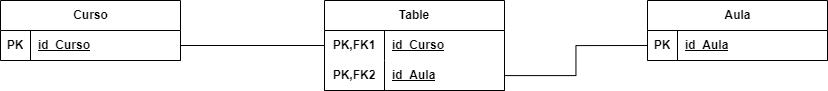
RafaelMayor/proyectoBBDD keeps this draw.io diagram as modelo-relacional/modelo-relacional.drawio.png. Above is the earlier version. Source tidied: cells renumbered, new cells last; positions are measured from the earlier drawing's top-left corner, leaving out a move shared by most shapes. The source it was exported from:
```xml
<mxGraphModel>
  <root>
    <mxCell id="0" />
    <mxCell id="1" parent="0" />
    <mxCell id="2" value="Table" style="shape=table;startSize=30;rowLines=0;fontStyle=1;align=center;html=1;whiteSpace=wrap;" parent="1" vertex="1">
      <mxGeometry x="324" width="180" height="90" as="geometry" />
    </mxCell>
    <mxCell id="3" style="shape=tableRow;horizontal=0;startSize=0;swimlaneHead=0;swimlaneBody=0;fillColor=none;points=[[0,0.5],[1,0.5]];portConstraint=eastwest;top=0;left=0;right=0;bottom=0;html=1;" parent="2" vertex="1">
      <mxGeometry y="30" width="180" height="30" as="geometry" />
    </mxCell>
    <mxCell id="4" value="PK,FK1" style="shape=partialRectangle;fillColor=none;top=0;left=0;bottom=0;right=0;fontStyle=1;overflow=hidden;html=1;whiteSpace=wrap;" parent="3" vertex="1">
      <mxGeometry width="60" height="30" as="geometry" />
    </mxCell>
    <mxCell id="5" value="id_Curso" style="shape=partialRectangle;fillColor=none;top=0;left=0;bottom=0;right=0;align=left;spacingLeft=6;fontStyle=5;overflow=hidden;html=1;whiteSpace=wrap;" parent="3" vertex="1">
      <mxGeometry x="60" width="120" height="30" as="geometry" />
    </mxCell>
    <mxCell id="6" style="shape=tableRow;horizontal=0;startSize=0;swimlaneHead=0;swimlaneBody=0;fillColor=none;points=[[0,0.5],[1,0.5]];portConstraint=eastwest;top=0;left=0;right=0;bottom=1;html=1;" parent="2" vertex="1">
      <mxGeometry y="60" width="180" height="30" as="geometry" />
    </mxCell>
    <mxCell id="7" value="PK,FK2" style="shape=partialRectangle;fillColor=none;top=0;left=0;bottom=0;right=0;fontStyle=1;overflow=hidden;html=1;whiteSpace=wrap;" parent="6" vertex="1">
      <mxGeometry width="60" height="30" as="geometry" />
    </mxCell>
    <mxCell id="8" value="id_Aula" style="shape=partialRectangle;fillColor=none;top=0;left=0;bottom=0;right=0;align=left;spacingLeft=6;fontStyle=5;overflow=hidden;html=1;whiteSpace=wrap;" parent="6" vertex="1">
      <mxGeometry x="60" width="120" height="30" as="geometry" />
    </mxCell>
    <mxCell id="9" value="Aula" style="shape=table;startSize=30;rowLines=0;fontStyle=1;align=center;html=1;" parent="1" vertex="1">
      <mxGeometry x="647" width="180" height="60" as="geometry" />
    </mxCell>
    <mxCell id="10" style="shape=tableRow;horizontal=0;startSize=0;swimlaneHead=0;swimlaneBody=0;fillColor=none;points=[[0,0.5],[1,0.5]];portConstraint=eastwest;top=0;left=0;right=0;bottom=1;" parent="9" vertex="1">
      <mxGeometry y="30" width="180" height="30" as="geometry" />
    </mxCell>
    <mxCell id="11" value="PK" style="shape=partialRectangle;fillColor=none;top=0;left=0;bottom=0;right=0;fontStyle=1;overflow=hidden;whiteSpace=wrap;html=1;" parent="10" vertex="1">
      <mxGeometry width="30" height="30" as="geometry" />
    </mxCell>
    <mxCell id="12" value="id_Aula" style="shape=partialRectangle;fillColor=none;top=0;left=0;bottom=0;right=0;align=left;spacingLeft=6;fontStyle=5;overflow=hidden;whiteSpace=wrap;html=1;" parent="10" vertex="1">
      <mxGeometry x="30" width="150" height="30" as="geometry" />
    </mxCell>
    <mxCell id="13" value="Curso" style="shape=table;startSize=30;rowLines=0;fontStyle=1;align=center;html=1;" parent="1" vertex="1">
      <mxGeometry width="180" height="60" as="geometry" />
    </mxCell>
    <mxCell id="14" style="shape=tableRow;horizontal=0;startSize=0;swimlaneHead=0;swimlaneBody=0;fillColor=none;points=[[0,0.5],[1,0.5]];portConstraint=eastwest;top=0;left=0;right=0;bottom=1;" parent="13" vertex="1">
      <mxGeometry y="30" width="180" height="30" as="geometry" />
    </mxCell>
    <mxCell id="15" value="PK" style="shape=partialRectangle;fillColor=none;top=0;left=0;bottom=0;right=0;fontStyle=1;overflow=hidden;whiteSpace=wrap;html=1;" parent="14" vertex="1">
      <mxGeometry width="30" height="30" as="geometry" />
    </mxCell>
    <mxCell id="16" value="id_Curso" style="shape=partialRectangle;fillColor=none;top=0;left=0;bottom=0;right=0;align=left;spacingLeft=6;fontStyle=5;overflow=hidden;whiteSpace=wrap;html=1;" parent="14" vertex="1">
      <mxGeometry x="30" width="150" height="30" as="geometry" />
    </mxCell>
    <mxCell id="17" style="edgeStyle=orthogonalEdgeStyle;rounded=0;jettySize=auto;html=1;entryX=0;entryY=0.5;entryDx=0;entryDy=0;endArrow=none;endFill=0;" parent="1" edge="1" source="14" target="3">
      <mxGeometry relative="1" as="geometry" />
    </mxCell>
    <mxCell id="18" style="edgeStyle=orthogonalEdgeStyle;rounded=0;jettySize=auto;html=1;entryX=0;entryY=0.5;entryDx=0;entryDy=0;endArrow=none;endFill=0;" parent="1" edge="1" source="6" target="10">
      <mxGeometry relative="1" as="geometry" />
    </mxCell>
  </root>
</mxGraphModel>
```
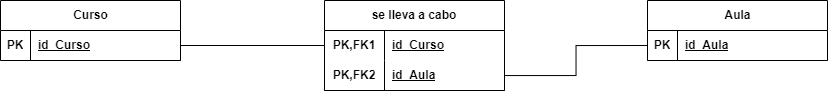
After the change.

Diff of the diagram source:
```diff
@@ -2,7 +2,7 @@
   <root>
     <mxCell id="0" />
     <mxCell id="1" parent="0" />
-    <mxCell id="2" value="Table" style="shape=table;startSize=30;rowLines=0;fontStyle=1;align=center;html=1;whiteSpace=wrap;" parent="1" vertex="1">
+    <mxCell id="2" value="se lleva a cabo" style="shape=table;startSize=30;rowLines=0;fontStyle=1;align=center;html=1;whiteSpace=wrap;" parent="1" vertex="1">
       <mxGeometry x="324" width="180" height="90" as="geometry" />
     </mxCell>
     <mxCell id="3" style="shape=tableRow;horizontal=0;startSize=0;swimlaneHead=0;swimlaneBody=0;fillColor=none;points=[[0,0.5],[1,0.5]];portConstraint=eastwest;top=0;left=0;right=0;bottom=0;html=1;" parent="2" vertex="1">
```
